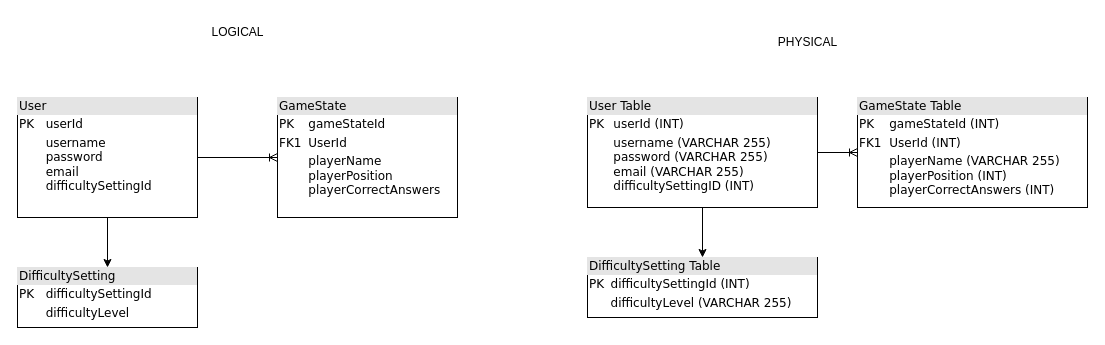
JamesBain999/capstone-project keeps this draw.io diagram as Physical and logical models.drawio. Above is the earlier version. Source tidied: cells renumbered, new cells numbered last; positions are measured from the earlier drawing's top-left corner, leaving out a move shared by most shapes. Both pictures are drawn from the tidied source at 100%, with x=0, y=0 at pixel (17, 17).
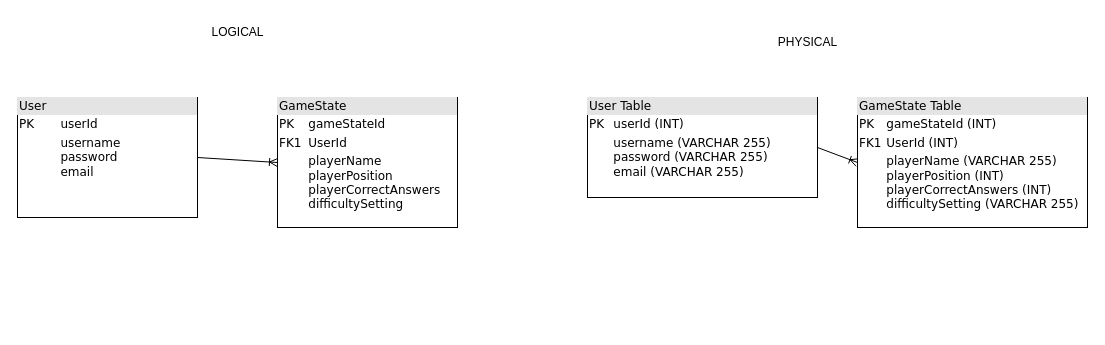
The same page after the edit.

Change to the diagram source:
```diff
@@
 <mxGraphModel>
   <root>
     <mxCell id="0" />
     <mxCell id="1" parent="0" />
     <mxCell id="2" style="rounded=0;jettySize=auto;html=1;startArrow=ERoneToMany;startFill=0;endArrow=none;endFill=0;entryX=1;entryY=0.5;entryDx=0;entryDy=0;exitX=0;exitY=0.5;exitDx=0;exitDy=0;" parent="1" edge="1" source="4" target="3">
       <mxGeometry relative="1" as="geometry" />
     </mxCell>
-    <mxCell id="3" value="&lt;div style=&quot;box-sizing:border-box;width:100%;background:#e4e4e4;padding:2px;&quot;&gt;User&lt;/div&gt;&lt;table style=&quot;width:100%;font-size:1em;&quot; cellpadding=&quot;2&quot; cellspacing=&quot;0&quot;&gt;&lt;tbody&gt;&lt;tr&gt;&lt;td&gt;PK&lt;/td&gt;&lt;td&gt;userId&lt;/td&gt;&lt;/tr&gt;&lt;tr&gt;&lt;td&gt;&lt;br&gt;&lt;/td&gt;&lt;td&gt;username&lt;br style=&quot;border-color: var(--border-color);&quot;&gt;password&lt;br style=&quot;border-color: var(--border-color);&quot;&gt;email&lt;br style=&quot;border-color: var(--border-color);&quot;&gt;difficultySettingId&lt;br&gt;&lt;/td&gt;&lt;/tr&gt;&lt;tr&gt;&lt;td&gt;&lt;/td&gt;&lt;td&gt;&lt;br&gt;&lt;br&gt;&lt;/td&gt;&lt;/tr&gt;&lt;/tbody&gt;&lt;/table&gt;" style="verticalAlign=top;align=left;overflow=fill;html=1;rounded=0;shadow=0;comic=0;labelBackgroundColor=none;strokeWidth=1;fontFamily=Verdana;fontSize=12;" parent="1" vertex="1">
+    <mxCell id="3" value="&lt;div style=&quot;box-sizing:border-box;width:100%;background:#e4e4e4;padding:2px;&quot;&gt;User&lt;/div&gt;&lt;table style=&quot;width:100%;font-size:1em;&quot; cellpadding=&quot;2&quot; cellspacing=&quot;0&quot;&gt;&lt;tbody&gt;&lt;tr&gt;&lt;td&gt;PK&lt;/td&gt;&lt;td&gt;userId&lt;/td&gt;&lt;/tr&gt;&lt;tr&gt;&lt;td&gt;&lt;br&gt;&lt;/td&gt;&lt;td&gt;username&lt;br style=&quot;border-color: var(--border-color);&quot;&gt;password&lt;br style=&quot;border-color: var(--border-color);&quot;&gt;email&lt;br&gt;&lt;/td&gt;&lt;/tr&gt;&lt;tr&gt;&lt;td&gt;&lt;/td&gt;&lt;td&gt;&lt;br&gt;&lt;br&gt;&lt;/td&gt;&lt;/tr&gt;&lt;/tbody&gt;&lt;/table&gt;" style="verticalAlign=top;align=left;overflow=fill;html=1;rounded=0;shadow=0;comic=0;labelBackgroundColor=none;strokeWidth=1;fontFamily=Verdana;fontSize=12;" parent="1" vertex="1">
       <mxGeometry y="80" width="180" height="120" as="geometry" />
     </mxCell>
-    <mxCell id="4" value="&lt;div style=&quot;box-sizing:border-box;width:100%;background:#e4e4e4;padding:2px;&quot;&gt;GameState&lt;/div&gt;&lt;table style=&quot;width:100%;font-size:1em;&quot; cellpadding=&quot;2&quot; cellspacing=&quot;0&quot;&gt;&lt;tbody&gt;&lt;tr&gt;&lt;td&gt;PK&lt;/td&gt;&lt;td&gt;gameStateId&lt;/td&gt;&lt;/tr&gt;&lt;tr&gt;&lt;td&gt;FK1&lt;/td&gt;&lt;td&gt;UserId&lt;/td&gt;&lt;/tr&gt;&lt;tr&gt;&lt;td&gt;&lt;/td&gt;&lt;td&gt;playerName&lt;br&gt;playerPosition&lt;br&gt;playerCorrectAnswers&lt;br&gt;&lt;br&gt;&lt;/td&gt;&lt;/tr&gt;&lt;/tbody&gt;&lt;/table&gt;" style="verticalAlign=top;align=left;overflow=fill;html=1;rounded=0;shadow=0;comic=0;labelBackgroundColor=none;strokeWidth=1;fontFamily=Verdana;fontSize=12;" parent="1" vertex="1">
-      <mxGeometry x="260" y="80" width="180" height="120" as="geometry" />
+    <mxCell id="4" value="&lt;div style=&quot;box-sizing:border-box;width:100%;background:#e4e4e4;padding:2px;&quot;&gt;GameState&lt;/div&gt;&lt;table style=&quot;width:100%;font-size:1em;&quot; cellpadding=&quot;2&quot; cellspacing=&quot;0&quot;&gt;&lt;tbody&gt;&lt;tr&gt;&lt;td&gt;PK&lt;/td&gt;&lt;td&gt;gameStateId&lt;/td&gt;&lt;/tr&gt;&lt;tr&gt;&lt;td&gt;FK1&lt;/td&gt;&lt;td&gt;UserId&lt;/td&gt;&lt;/tr&gt;&lt;tr&gt;&lt;td&gt;&lt;/td&gt;&lt;td&gt;playerName&lt;br&gt;playerPosition&lt;br&gt;playerCorrectAnswers&lt;br&gt;difficultySetting&lt;br style=&quot;border-color: var(--border-color);&quot;&gt;&lt;br&gt;&lt;/td&gt;&lt;/tr&gt;&lt;/tbody&gt;&lt;/table&gt;" style="verticalAlign=top;align=left;overflow=fill;html=1;rounded=0;shadow=0;comic=0;labelBackgroundColor=none;strokeWidth=1;fontFamily=Verdana;fontSize=12;" parent="1" vertex="1">
+      <mxGeometry x="260" y="80" width="180" height="130" as="geometry" />
     </mxCell>
     <mxCell id="5" style="rounded=0;jettySize=auto;html=1;startArrow=ERoneToMany;startFill=0;endArrow=none;endFill=0;entryX=1;entryY=0.5;entryDx=0;entryDy=0;exitX=0;exitY=0.5;exitDx=0;exitDy=0;" parent="1" edge="1" source="8" target="7">
       <mxGeometry relative="1" as="geometry" />
     </mxCell>
-    <mxCell id="6" style="edgeStyle=orthogonalEdgeStyle;rounded=0;jettySize=auto;html=1;exitX=0.5;exitY=1;exitDx=0;exitDy=0;entryX=0.5;entryY=0;entryDx=0;entryDy=0;startArrow=none;startFill=0;endArrow=classic;endFill=1;" parent="1" edge="1" source="7" target="13">
-      <mxGeometry relative="1" as="geometry" />
-    </mxCell>
-    <mxCell id="7" value="&lt;div style=&quot;box-sizing:border-box;width:100%;background:#e4e4e4;padding:2px;&quot;&gt;User Table&lt;/div&gt;&lt;table style=&quot;width:100%;font-size:1em;&quot; cellpadding=&quot;2&quot; cellspacing=&quot;0&quot;&gt;&lt;tbody&gt;&lt;tr&gt;&lt;td&gt;PK&lt;/td&gt;&lt;td&gt;userId (INT)&lt;/td&gt;&lt;/tr&gt;&lt;tr&gt;&lt;td&gt;&lt;br&gt;&lt;/td&gt;&lt;td&gt;username (VARCHAR 255)&lt;br style=&quot;border-color: var(--border-color);&quot;&gt;password (VARCHAR 255)&lt;br style=&quot;border-color: var(--border-color);&quot;&gt;email (VARCHAR 255)&lt;br style=&quot;border-color: var(--border-color);&quot;&gt;difficultySettingID (INT)&lt;br&gt;&lt;/td&gt;&lt;/tr&gt;&lt;tr&gt;&lt;td&gt;&lt;/td&gt;&lt;td&gt;&lt;br&gt;&lt;br&gt;&lt;/td&gt;&lt;/tr&gt;&lt;/tbody&gt;&lt;/table&gt;" style="verticalAlign=top;align=left;overflow=fill;html=1;rounded=0;shadow=0;comic=0;labelBackgroundColor=none;strokeWidth=1;fontFamily=Verdana;fontSize=12;" parent="1" vertex="1">
-      <mxGeometry x="570" y="80" width="230" height="110" as="geometry" />
+    <mxCell id="7" value="&lt;div style=&quot;box-sizing:border-box;width:100%;background:#e4e4e4;padding:2px;&quot;&gt;User Table&lt;/div&gt;&lt;table style=&quot;width:100%;font-size:1em;&quot; cellpadding=&quot;2&quot; cellspacing=&quot;0&quot;&gt;&lt;tbody&gt;&lt;tr&gt;&lt;td&gt;PK&lt;/td&gt;&lt;td&gt;userId (INT)&lt;/td&gt;&lt;/tr&gt;&lt;tr&gt;&lt;td&gt;&lt;br&gt;&lt;/td&gt;&lt;td&gt;username (VARCHAR 255)&lt;br style=&quot;border-color: var(--border-color);&quot;&gt;password (VARCHAR 255)&lt;br style=&quot;border-color: var(--border-color);&quot;&gt;email (VARCHAR 255)&lt;br&gt;&lt;/td&gt;&lt;/tr&gt;&lt;tr&gt;&lt;td&gt;&lt;/td&gt;&lt;td&gt;&lt;br&gt;&lt;br&gt;&lt;/td&gt;&lt;/tr&gt;&lt;/tbody&gt;&lt;/table&gt;" style="verticalAlign=top;align=left;overflow=fill;html=1;rounded=0;shadow=0;comic=0;labelBackgroundColor=none;strokeWidth=1;fontFamily=Verdana;fontSize=12;" parent="1" vertex="1">
+      <mxGeometry x="570" y="80" width="230" height="100" as="geometry" />
     </mxCell>
-    <mxCell id="8" value="&lt;div style=&quot;box-sizing:border-box;width:100%;background:#e4e4e4;padding:2px;&quot;&gt;GameState Table&lt;/div&gt;&lt;table style=&quot;width:100%;font-size:1em;&quot; cellpadding=&quot;2&quot; cellspacing=&quot;0&quot;&gt;&lt;tbody&gt;&lt;tr&gt;&lt;td&gt;PK&lt;/td&gt;&lt;td&gt;gameStateId (INT)&lt;/td&gt;&lt;/tr&gt;&lt;tr&gt;&lt;td&gt;FK1&lt;/td&gt;&lt;td&gt;UserId (INT)&lt;/td&gt;&lt;/tr&gt;&lt;tr&gt;&lt;td&gt;&lt;/td&gt;&lt;td&gt;playerName (VARCHAR 255)&lt;br style=&quot;border-color: var(--border-color);&quot;&gt;playerPosition (INT)&lt;br style=&quot;border-color: var(--border-color);&quot;&gt;playerCorrectAnswers (INT)&lt;br&gt;&lt;br&gt;&lt;/td&gt;&lt;/tr&gt;&lt;/tbody&gt;&lt;/table&gt;" style="verticalAlign=top;align=left;overflow=fill;html=1;rounded=0;shadow=0;comic=0;labelBackgroundColor=none;strokeWidth=1;fontFamily=Verdana;fontSize=12;" parent="1" vertex="1">
-      <mxGeometry x="840" y="80" width="230" height="110" as="geometry" />
+    <mxCell id="8" value="&lt;div style=&quot;box-sizing:border-box;width:100%;background:#e4e4e4;padding:2px;&quot;&gt;GameState Table&lt;/div&gt;&lt;table style=&quot;width:100%;font-size:1em;&quot; cellpadding=&quot;2&quot; cellspacing=&quot;0&quot;&gt;&lt;tbody&gt;&lt;tr&gt;&lt;td&gt;PK&lt;/td&gt;&lt;td&gt;gameStateId (INT)&lt;/td&gt;&lt;/tr&gt;&lt;tr&gt;&lt;td&gt;FK1&lt;/td&gt;&lt;td&gt;UserId (INT)&lt;/td&gt;&lt;/tr&gt;&lt;tr&gt;&lt;td&gt;&lt;/td&gt;&lt;td&gt;playerName (VARCHAR 255)&lt;br style=&quot;border-color: var(--border-color);&quot;&gt;playerPosition (INT)&lt;br style=&quot;border-color: var(--border-color);&quot;&gt;playerCorrectAnswers (INT)&lt;br&gt;difficultySetting (VARCHAR 255)&lt;br&gt;&lt;br&gt;&lt;/td&gt;&lt;/tr&gt;&lt;/tbody&gt;&lt;/table&gt;" style="verticalAlign=top;align=left;overflow=fill;html=1;rounded=0;shadow=0;comic=0;labelBackgroundColor=none;strokeWidth=1;fontFamily=Verdana;fontSize=12;" parent="1" vertex="1">
+      <mxGeometry x="840" y="80" width="230" height="130" as="geometry" />
     </mxCell>
     <mxCell id="9" value="PHYSICAL" style="text;html=1;align=center;verticalAlign=middle;strokeColor=none;fillColor=none;" parent="1" vertex="1">
       <mxGeometry x="750" y="10" width="80" height="30" as="geometry" />
     </mxCell>
     <mxCell id="10" value="LOGICAL" style="text;html=1;align=center;verticalAlign=middle;strokeColor=none;fillColor=none;" parent="1" vertex="1">
       <mxGeometry x="180" width="80" height="30" as="geometry" />
     </mxCell>
-    <mxCell id="11" style="edgeStyle=orthogonalEdgeStyle;rounded=0;jettySize=auto;html=1;endArrow=none;endFill=0;startArrow=classic;startFill=1;" parent="1" edge="1" source="12" target="3">
-      <mxGeometry relative="1" as="geometry" />
-    </mxCell>
-    <mxCell id="12" value="&lt;div style=&quot;box-sizing:border-box;width:100%;background:#e4e4e4;padding:2px;&quot;&gt;DifficultySetting&lt;/div&gt;&lt;table style=&quot;width:100%;font-size:1em;&quot; cellpadding=&quot;2&quot; cellspacing=&quot;0&quot;&gt;&lt;tbody&gt;&lt;tr&gt;&lt;td&gt;PK&lt;/td&gt;&lt;td&gt;difficultySettingId&lt;/td&gt;&lt;/tr&gt;&lt;tr&gt;&lt;td&gt;&lt;br&gt;&lt;/td&gt;&lt;td&gt;difficultyLevel&lt;/td&gt;&lt;/tr&gt;&lt;tr&gt;&lt;td&gt;&lt;/td&gt;&lt;td&gt;&lt;br&gt;&lt;br&gt;&lt;/td&gt;&lt;/tr&gt;&lt;/tbody&gt;&lt;/table&gt;" style="verticalAlign=top;align=left;overflow=fill;html=1;rounded=0;shadow=0;comic=0;labelBackgroundColor=none;strokeWidth=1;fontFamily=Verdana;fontSize=12;" parent="1" vertex="1">
-      <mxGeometry y="250" width="180" height="60" as="geometry" />
-    </mxCell>
-    <mxCell id="13" value="&lt;div style=&quot;box-sizing:border-box;width:100%;background:#e4e4e4;padding:2px;&quot;&gt;DifficultySetting Table&lt;/div&gt;&lt;table style=&quot;width:100%;font-size:1em;&quot; cellpadding=&quot;2&quot; cellspacing=&quot;0&quot;&gt;&lt;tbody&gt;&lt;tr&gt;&lt;td&gt;PK&lt;/td&gt;&lt;td&gt;difficultySettingId (INT)&lt;/td&gt;&lt;/tr&gt;&lt;tr&gt;&lt;td&gt;&lt;br&gt;&lt;/td&gt;&lt;td&gt;difficultyLevel (VARCHAR 255)&lt;/td&gt;&lt;/tr&gt;&lt;tr&gt;&lt;td&gt;&lt;/td&gt;&lt;td&gt;&lt;br&gt;&lt;br&gt;&lt;/td&gt;&lt;/tr&gt;&lt;/tbody&gt;&lt;/table&gt;" style="verticalAlign=top;align=left;overflow=fill;html=1;rounded=0;shadow=0;comic=0;labelBackgroundColor=none;strokeWidth=1;fontFamily=Verdana;fontSize=12;" parent="1" vertex="1">
-      <mxGeometry x="570" y="240" width="230" height="60" as="geometry" />
-    </mxCell>
   </root>
 </mxGraphModel>
```
